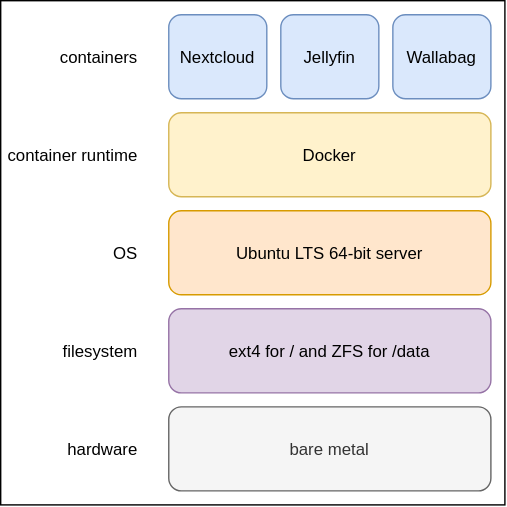
This is book/img/service-stack.svg from meonkeys/shb, a draw.io export, as it was before one commit. Source tidied: cells renumbered, new cells last; positions are measured from the earlier drawing's top-left corner, leaving out a move shared by most shapes.
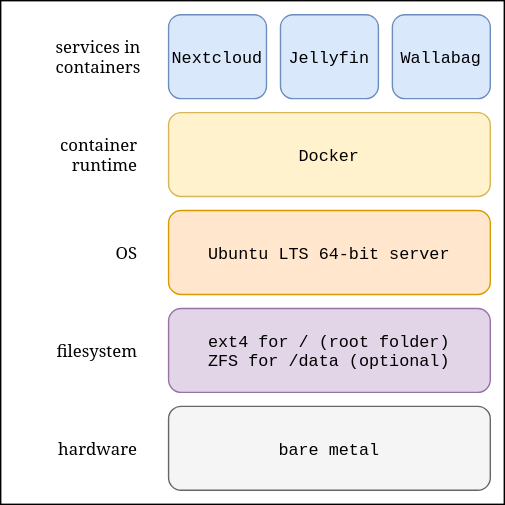
Later version of the same file.

Commit message:
improve service stack diagram and caption

Change to the diagram source:
```diff
@@ -5,40 +5,40 @@
     <mxCell id="2" style="rounded=0;whiteSpace=wrap;html=1;" parent="1" vertex="1">
       <mxGeometry width="360" height="360" as="geometry" />
     </mxCell>
-    <mxCell id="3" value="bare metal" style="rounded=1;fillColor=#f5f5f5;fontColor=#333333;strokeColor=#666666;shadow=0;" parent="1" vertex="1">
+    <mxCell id="3" value="bare metal" style="rounded=1;fillColor=#f5f5f5;fontColor=default;strokeColor=#666666;shadow=0;fontFamily=monospace;" parent="1" vertex="1">
       <mxGeometry x="120" y="290" width="230" height="60" as="geometry" />
     </mxCell>
-    <mxCell id="4" value="Ubuntu LTS 64-bit server" style="rounded=1;fillColor=#ffe6cc;strokeColor=#d79b00;shadow=0;" parent="1" vertex="1">
+    <mxCell id="4" value="Ubuntu LTS 64-bit server" style="rounded=1;fillColor=#ffe6cc;strokeColor=#d79b00;shadow=0;fontFamily=monospace;" parent="1" vertex="1">
       <mxGeometry x="120" y="150" width="230" height="60" as="geometry" />
     </mxCell>
-    <mxCell id="5" value="ext4 for / and ZFS for /data" style="rounded=1;fillColor=#e1d5e7;strokeColor=#9673a6;shadow=0;" parent="1" vertex="1">
+    <mxCell id="5" value="ext4 for / (root folder)&#10;ZFS for /data (optional)" style="rounded=1;fillColor=#e1d5e7;strokeColor=#9673a6;shadow=0;fontFamily=monospace;" parent="1" vertex="1">
       <mxGeometry x="120" y="220" width="230" height="60" as="geometry" />
     </mxCell>
-    <mxCell id="6" value="Docker" style="rounded=1;fillColor=#fff2cc;strokeColor=#d6b656;glass=0;shadow=0;verticalAlign=middle;" parent="1" vertex="1">
+    <mxCell id="6" value="Docker" style="rounded=1;fillColor=#fff2cc;strokeColor=#d6b656;glass=0;shadow=0;verticalAlign=middle;fontFamily=monospace;" parent="1" vertex="1">
       <mxGeometry x="120" y="80" width="230" height="60" as="geometry" />
     </mxCell>
-    <mxCell id="7" value="Nextcloud" style="rounded=1;fillColor=#dae8fc;strokeColor=#6c8ebf;rotation=0;shadow=0;" parent="1" vertex="1">
+    <mxCell id="7" value="Nextcloud" style="rounded=1;fillColor=#dae8fc;strokeColor=#6c8ebf;rotation=0;shadow=0;fontFamily=monospace;" parent="1" vertex="1">
       <mxGeometry x="120" y="10" width="70" height="60" as="geometry" />
     </mxCell>
-    <mxCell id="8" value="Jellyfin" style="rounded=1;fillColor=#dae8fc;strokeColor=#6c8ebf;shadow=0;" parent="1" vertex="1">
+    <mxCell id="8" value="Jellyfin" style="rounded=1;fillColor=#dae8fc;strokeColor=#6c8ebf;shadow=0;fontFamily=monospace;" parent="1" vertex="1">
       <mxGeometry x="200" y="10" width="70" height="60" as="geometry" />
     </mxCell>
-    <mxCell id="9" value="Wallabag" style="rounded=1;fillColor=#dae8fc;strokeColor=#6c8ebf;shadow=0;" parent="1" vertex="1">
+    <mxCell id="9" value="Wallabag" style="rounded=1;fillColor=#dae8fc;strokeColor=#6c8ebf;shadow=0;fontFamily=monospace;" parent="1" vertex="1">
       <mxGeometry x="280" y="10" width="70" height="60" as="geometry" />
     </mxCell>
-    <mxCell id="10" value="hardware" style="text;strokeColor=none;align=right;fillColor=none;verticalAlign=middle;rounded=1;shadow=0;" parent="1" vertex="1">
+    <mxCell id="10" value="hardware" style="text;strokeColor=none;align=right;fillColor=none;verticalAlign=middle;rounded=1;shadow=0;fontFamily=Noto Serif;" parent="1" vertex="1">
       <mxGeometry x="40" y="305" width="60" height="30" as="geometry" />
     </mxCell>
-    <mxCell id="11" value="OS" style="text;strokeColor=none;align=right;fillColor=none;verticalAlign=middle;rounded=1;shadow=0;" parent="1" vertex="1">
+    <mxCell id="11" value="OS" style="text;strokeColor=none;align=right;fillColor=none;verticalAlign=middle;rounded=1;shadow=0;fontFamily=Noto Serif;" parent="1" vertex="1">
       <mxGeometry x="40" y="165" width="60" height="30" as="geometry" />
     </mxCell>
-    <mxCell id="12" value="filesystem" style="text;strokeColor=none;align=right;fillColor=none;verticalAlign=middle;rounded=1;shadow=0;" parent="1" vertex="1">
+    <mxCell id="12" value="filesystem" style="text;strokeColor=none;align=right;fillColor=none;verticalAlign=middle;rounded=1;shadow=0;fontFamily=Noto Serif;" parent="1" vertex="1">
       <mxGeometry x="40" y="235" width="60" height="30" as="geometry" />
     </mxCell>
-    <mxCell id="13" value="container runtime" style="text;strokeColor=none;align=right;fillColor=none;verticalAlign=middle;rounded=1;shadow=0;" parent="1" vertex="1">
+    <mxCell id="13" value="container&#10;runtime" style="text;strokeColor=none;align=right;fillColor=none;verticalAlign=middle;rounded=1;shadow=0;fontFamily=Noto Serif;" parent="1" vertex="1">
       <mxGeometry x="40" y="95" width="60" height="30" as="geometry" />
     </mxCell>
-    <mxCell id="14" value="containers" style="text;strokeColor=none;align=right;fillColor=none;verticalAlign=middle;rounded=1;shadow=0;" parent="1" vertex="1">
+    <mxCell id="14" value="services in&#10;containers" style="text;strokeColor=none;align=center;fillColor=none;verticalAlign=middle;rounded=1;shadow=0;fontFamily=Noto Serif;" parent="1" vertex="1">
       <mxGeometry x="40" y="25" width="60" height="30" as="geometry" />
     </mxCell>
   </root>
```
